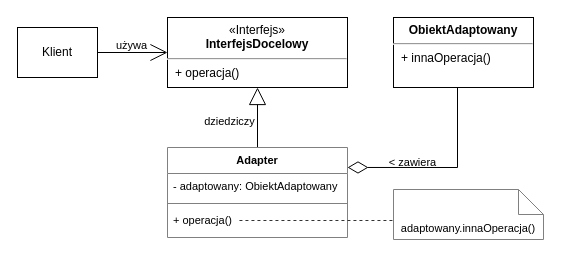
Before: wzorce-projektowe/adapter-obiektowy.drawio.xml in p-programowanie/diagramy-uml, a draw.io diagram. Source tidied: cells renumbered, new cells numbered last; positions are measured from the earlier drawing's top-left corner, leaving out a move shared by most shapes. Both pictures are drawn from the tidied source at 100%, with x=0, y=0 at pixel (17, 17).
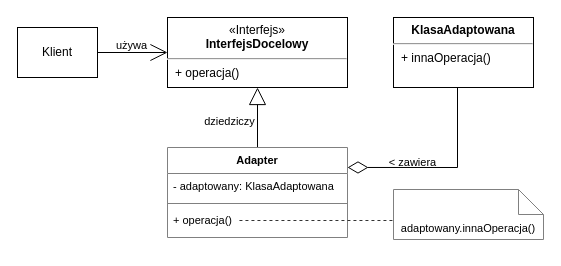
Above is the later version.

Unchanged cells that the change refers to:
```xml
<mxCell id="12" value="Adapter" style="swimlane;fontStyle=1;align=center;verticalAlign=top;horizontal=1;startSize=26;labelBackgroundColor=none;strokeColor=#808080;fontFamily=Helvetica;fontSize=11;fontColor=default;" parent="1" vertex="1">
  <mxGeometry x="150" y="130" width="180" height="90" as="geometry" />
</mxCell>
```

Diff of the diagram source:
```diff
@@
-    <mxCell id="7" value="&lt;p style=&quot;margin:0px;margin-top:6px;text-align:center;&quot;&gt;&lt;b&gt;ObiektAdaptowany&lt;/b&gt;&lt;/p&gt;&lt;hr&gt;&lt;p style=&quot;margin:0px;margin-left:8px;&quot;&gt;+ innaOperacja()&lt;/p&gt;" style="align=left;overflow=fill;html=1;labelBackgroundColor=none;" parent="1" vertex="1">
+    <mxCell id="7" value="&lt;p style=&quot;margin:0px;margin-top:6px;text-align:center;&quot;&gt;&lt;b&gt;KlasaAdaptowana&lt;/b&gt;&lt;/p&gt;&lt;hr&gt;&lt;p style=&quot;margin:0px;margin-left:8px;&quot;&gt;+ innaOperacja()&lt;/p&gt;" style="align=left;overflow=fill;html=1;labelBackgroundColor=none;" parent="1" vertex="1">
       <mxGeometry x="376" width="140" height="70" as="geometry" />
     </mxCell>
@@
-    <mxCell id="13" value="- adaptowany: ObiektAdaptowany" style="text;strokeColor=none;fillColor=none;align=left;verticalAlign=top;spacingLeft=4;spacingRight=4;overflow=hidden;labelBackgroundColor=none;fontFamily=Helvetica;fontSize=11;fontColor=default;" parent="12" vertex="1">
+    <mxCell id="13" value="- adaptowany: KlasaAdaptowana" style="text;strokeColor=none;fillColor=none;align=left;verticalAlign=top;spacingLeft=4;spacingRight=4;overflow=hidden;labelBackgroundColor=none;fontFamily=Helvetica;fontSize=11;fontColor=default;" parent="12" vertex="1">
       <mxGeometry y="26" width="180" height="26" as="geometry" />
     </mxCell>
```
